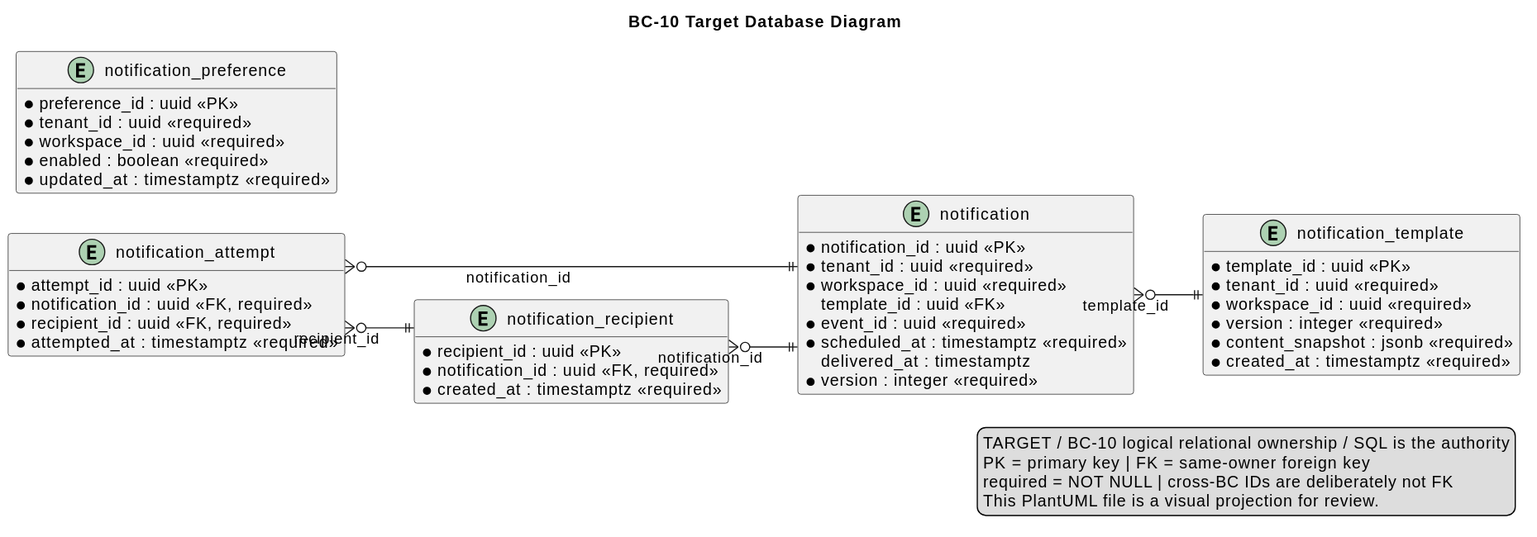
This is 01-shared/domain/bounded-contexts/BC-10-notifications/data/database-diagram.svg from nexa-suite/blueprint, a PlantUML export, as it was before one commit.
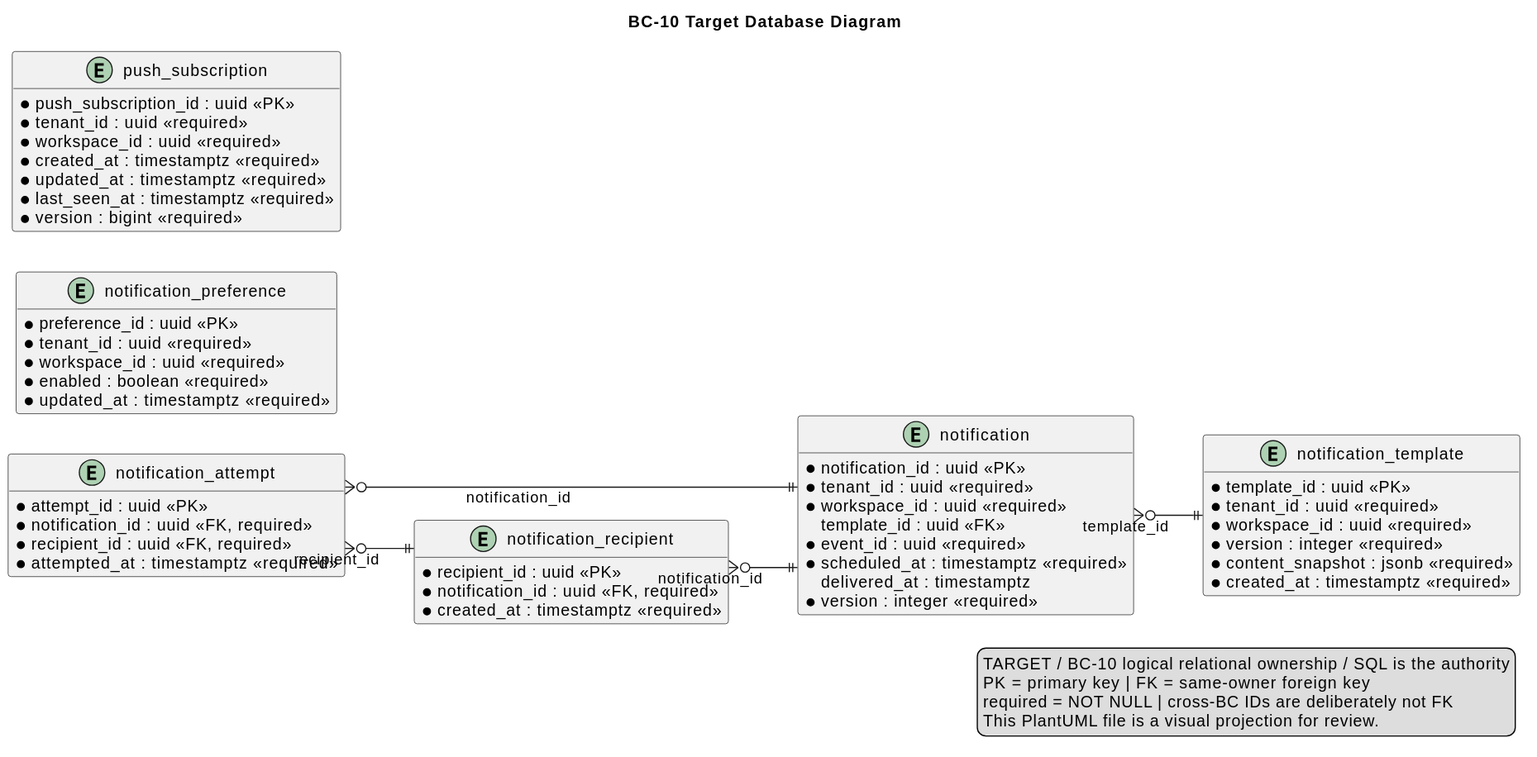
The same diagram one commit later.

The edit, as a diff of the source:
```diff
@@ -55,6 +55,22 @@
   * updated_at : timestamptz <<required>>
 }
 
+entity "push_subscription" as t_push_subscription {
+  * push_subscription_id : uuid <<PK>>
+  * tenant_id : uuid <<required>>
+  * workspace_id : uuid <<required>>
+  * recipient_key : varchar(240) <<required>>
+  * surface : varchar(32) <<required>>
+  * installation_id : varchar(160) <<required>>
+  * platform : varchar(16) <<required>>
+  * provider_token_hash : char(64) <<required>>
+  * status : varchar(32) <<required>>
+  * created_at : timestamptz <<required>>
+  * updated_at : timestamptz <<required>>
+  * last_seen_at : timestamptz <<required>>
+  * version : bigint <<required>>
+}
+
 entity "notification_attempt" as t_notification_attempt {
   * attempt_id : uuid <<PK>>
   * notification_id : uuid <<FK, required>>
```
